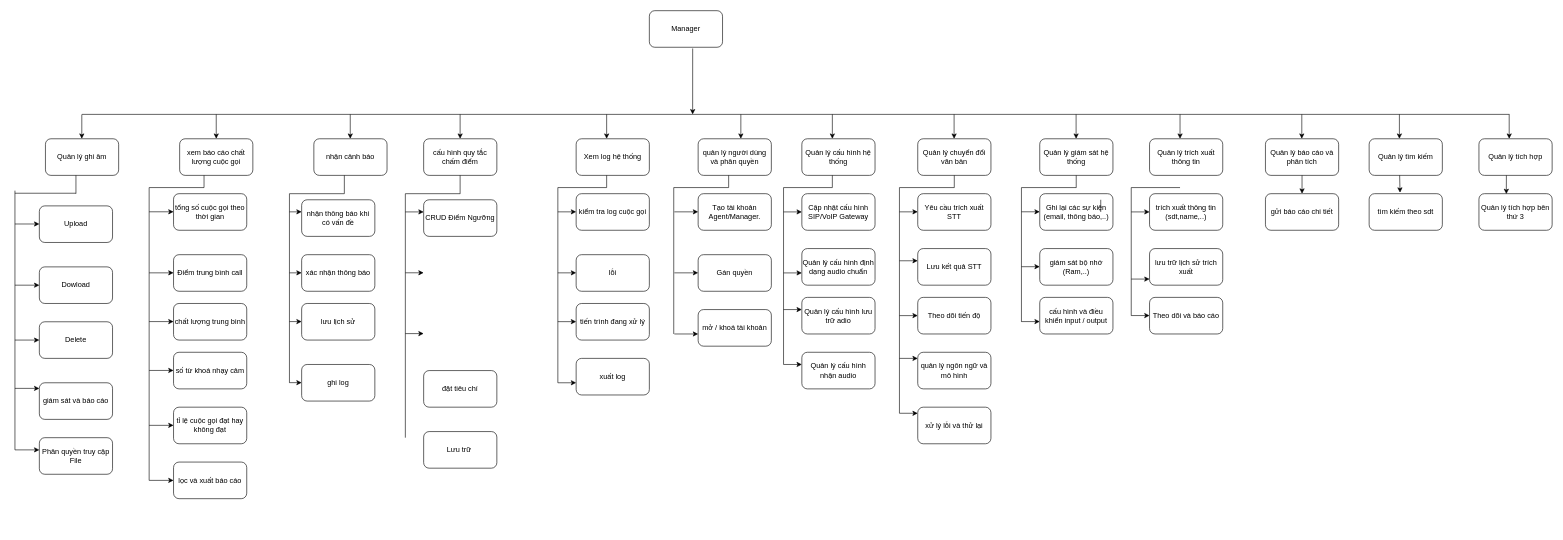
Earlier version of the draw.io diagram dactachucnangcalldesk.drawio (vuongnd03/black-had). Source tidied: cells renumbered, new cells numbered last; positions are measured from the earlier drawing's top-left corner, leaving out a move shared by most shapes. Both pictures are drawn from the tidied source at 61%, with x=0, y=0 at pixel (15, 10).
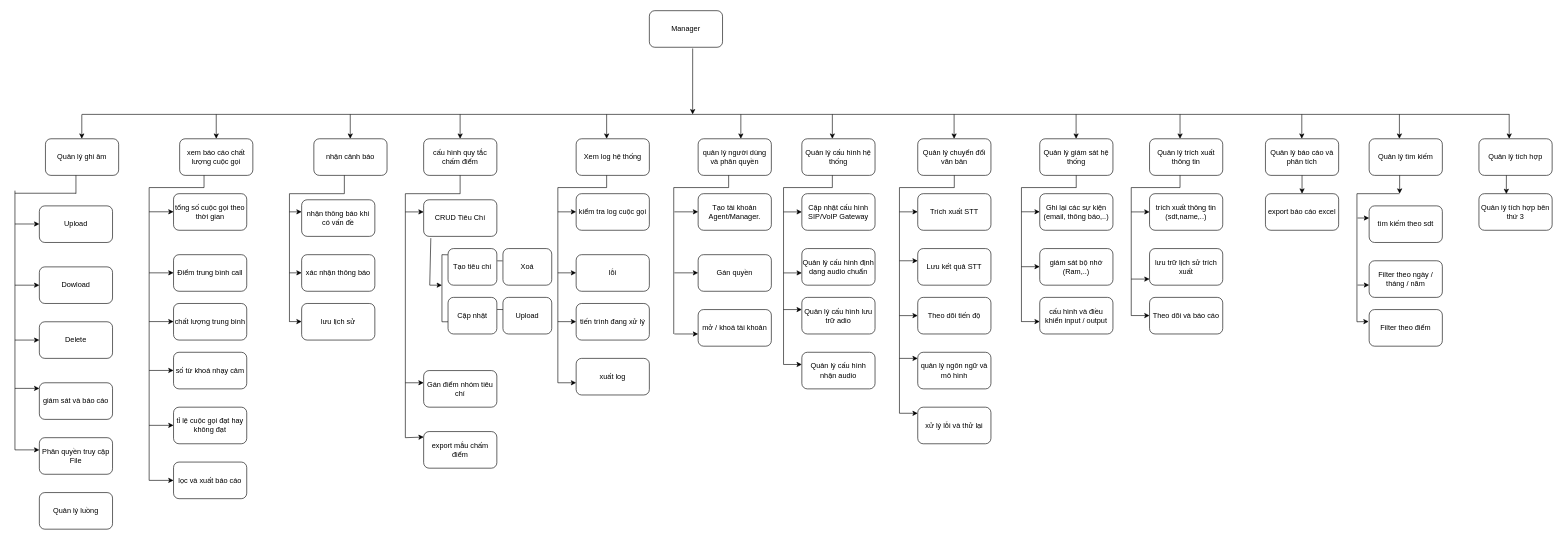
After the change.

The edit, as a diff of the source:
```diff
@@
     <mxCell id="25" style="endArrow=none;html=1;rounded=0;" parent="1" edge="1">
       <mxGeometry relative="1" as="geometry">
-        <mxPoint x="450" y="610" as="sourcePoint" />
+        <mxPoint x="450" y="510" as="sourcePoint" />
         <mxPoint x="450" y="300" as="targetPoint" />
       </mxGeometry>
     </mxCell>
@@
-    <mxCell id="29" value="CRUD Điểm Ngưỡng" style="rounded=1;whiteSpace=wrap;html=1;" parent="1" vertex="1">
+    <mxCell id="29" value="CRUD Tiêu Chí" style="rounded=1;whiteSpace=wrap;html=1;" parent="1" vertex="1">
       <mxGeometry x="670" y="310" width="120" height="60" as="geometry" />
     </mxCell>
-    <mxCell id="30" value="đặt tiêu chí" style="rounded=1;whiteSpace=wrap;html=1;" parent="1" vertex="1">
+    <mxCell id="30" value="Gán điểm nhóm tiêu chí" style="rounded=1;whiteSpace=wrap;html=1;" parent="1" vertex="1">
       <mxGeometry x="670" y="590" width="120" height="60" as="geometry" />
     </mxCell>
@@
-    <mxCell id="36" style="endArrow=classic;html=1;rounded=0;" parent="1" edge="1">
+    <mxCell id="36" style="endArrow=classic;html=1;rounded=0;exitX=0.098;exitY=1.048;exitDx=0;exitDy=0;exitPerimeter=0;" parent="1" edge="1" source="29">
       <mxGeometry relative="1" as="geometry">
-        <mxPoint x="640" y="429.7" as="sourcePoint" />
-        <mxPoint x="670" y="429.7" as="targetPoint" />
+        <mxPoint x="700" y="450" as="targetPoint" />
+        <Array as="points">
+          <mxPoint x="680" y="450" />
+        </Array>
       </mxGeometry>
     </mxCell>
@@
-    <mxCell id="61" value="ghi log" style="rounded=1;whiteSpace=wrap;html=1;" parent="1" vertex="1">
-      <mxGeometry x="470" y="580" width="120" height="60" as="geometry" />
-    </mxCell>
@@
-    <mxCell id="63" style="endArrow=classic;html=1;rounded=0;entryX=0.003;entryY=0.672;entryDx=0;entryDy=0;entryPerimeter=0;" parent="1" edge="1">
-      <mxGeometry relative="1" as="geometry">
-        <mxPoint x="450" y="609.8" as="sourcePoint" />
-        <mxPoint x="470" y="609.8" as="targetPoint" />
-      </mxGeometry>
-    </mxCell>
@@
-    <mxCell id="65" value="Yêu cầu trích xuất STT" style="rounded=1;whiteSpace=wrap;html=1;" parent="1" vertex="1">
+    <mxCell id="65" value="Trích xuất STT" style="rounded=1;whiteSpace=wrap;html=1;" parent="1" vertex="1">
       <mxGeometry x="1480" y="300" width="120" height="60" as="geometry" />
     </mxCell>
@@
-    <mxCell id="70" value="Lưu trữ&amp;nbsp;" style="rounded=1;whiteSpace=wrap;html=1;" parent="1" vertex="1">
+    <mxCell id="70" value="export mẫu chấm điểm" style="rounded=1;whiteSpace=wrap;html=1;" parent="1" vertex="1">
       <mxGeometry x="670" y="690" width="120" height="60" as="geometry" />
     </mxCell>
     <mxCell id="71" style="endArrow=classic;html=1;rounded=0;" parent="1" edge="1">
       <mxGeometry relative="1" as="geometry">
-        <mxPoint x="640" y="529.4" as="sourcePoint" />
-        <mxPoint x="670" y="529.4" as="targetPoint" />
+        <mxPoint x="640" y="610" as="sourcePoint" />
+        <mxPoint x="670" y="610" as="targetPoint" />
       </mxGeometry>
     </mxCell>
@@
-    <mxCell id="112" value="gửi báo cáo chi tiết" style="rounded=1;whiteSpace=wrap;html=1;" parent="1" vertex="1">
+    <mxCell id="112" value="export báo cáo excel" style="rounded=1;whiteSpace=wrap;html=1;" parent="1" vertex="1">
       <mxGeometry x="2050" y="300" width="120" height="60" as="geometry" />
     </mxCell>
@@
     <mxCell id="115" value="tìm kiếm theo sdt" style="rounded=1;whiteSpace=wrap;html=1;" parent="1" vertex="1">
-      <mxGeometry x="2220" y="300" width="120" height="60" as="geometry" />
+      <mxGeometry x="2220" y="320" width="120" height="60" as="geometry" />
     </mxCell>
@@
-    <mxCell id="121" style="endArrow=classic;html=1;rounded=0;entryX=0.422;entryY=-0.028;entryDx=0;entryDy=0;entryPerimeter=0;" parent="1" edge="1" target="115">
+    <mxCell id="121" style="endArrow=classic;html=1;rounded=0;" parent="1" edge="1">
       <mxGeometry relative="1" as="geometry">
         <mxPoint x="2270" y="270" as="sourcePoint" />
+        <mxPoint x="2270" y="300" as="targetPoint" />
       </mxGeometry>
     </mxCell>
@@
-    <mxCell id="142" style="endArrow=none;html=1;rounded=0;" parent="1" edge="1">
-      <mxGeometry relative="1" as="geometry">
-        <mxPoint x="1780" y="330" as="sourcePoint" />
-        <mxPoint x="1780" y="310" as="targetPoint" />
-      </mxGeometry>
-    </mxCell>
@@
+    <mxCell id="147" value="Tạo tiêu chí" style="rounded=1;whiteSpace=wrap;html=1;" parent="1" vertex="1">
+      <mxGeometry x="710" y="390" width="80" height="60" as="geometry" />
+    </mxCell>
+    <mxCell id="148" value="Cập nhật" style="rounded=1;whiteSpace=wrap;html=1;" parent="1" vertex="1">
+      <mxGeometry x="710" y="470" width="80" height="60" as="geometry" />
+    </mxCell>
+    <mxCell id="149" value="Xoá" style="rounded=1;whiteSpace=wrap;html=1;" parent="1" vertex="1">
+      <mxGeometry x="800" y="390" width="80" height="60" as="geometry" />
+    </mxCell>
+    <mxCell id="150" value="Upload" style="rounded=1;whiteSpace=wrap;html=1;" parent="1" vertex="1">
+      <mxGeometry x="800" y="470" width="80" height="60" as="geometry" />
+    </mxCell>
+    <mxCell id="151" style="endArrow=none;html=1;rounded=0;" parent="1" edge="1">
+      <mxGeometry relative="1" as="geometry">
+        <mxPoint x="700" y="510" as="sourcePoint" />
+        <mxPoint x="700" y="400" as="targetPoint" />
+      </mxGeometry>
+    </mxCell>
+    <mxCell id="152" style="endArrow=none;html=1;rounded=0;entryX=-0.005;entryY=0.17;entryDx=0;entryDy=0;entryPerimeter=0;" parent="1" edge="1" target="147">
+      <mxGeometry relative="1" as="geometry">
+        <mxPoint x="700" y="400" as="sourcePoint" />
+      </mxGeometry>
+    </mxCell>
+    <mxCell id="153" style="endArrow=none;html=1;rounded=0;entryX=-0.001;entryY=0.667;entryDx=0;entryDy=0;entryPerimeter=0;" parent="1" edge="1" target="148">
+      <mxGeometry relative="1" as="geometry">
+        <mxPoint x="700" y="510" as="sourcePoint" />
+      </mxGeometry>
+    </mxCell>
+    <mxCell id="154" style="endArrow=none;html=1;rounded=0;entryX=-0.008;entryY=0.336;entryDx=0;entryDy=0;entryPerimeter=0;exitX=1.008;exitY=0.335;exitDx=0;exitDy=0;exitPerimeter=0;" parent="1" edge="1" source="147" target="149">
+      <mxGeometry relative="1" as="geometry" />
+    </mxCell>
+    <mxCell id="155" style="endArrow=none;html=1;rounded=0;entryX=-0.008;entryY=0.336;entryDx=0;entryDy=0;entryPerimeter=0;exitX=1.005;exitY=0.33;exitDx=0;exitDy=0;exitPerimeter=0;" parent="1" edge="1" source="148">
+      <mxGeometry relative="1" as="geometry">
+        <mxPoint x="800" y="490" as="targetPoint" />
+      </mxGeometry>
+    </mxCell>
+    <mxCell id="156" style="endArrow=classic;html=1;rounded=0;entryX=0.001;entryY=0.15;entryDx=0;entryDy=0;entryPerimeter=0;" parent="1" edge="1" target="70">
+      <mxGeometry relative="1" as="geometry">
+        <mxPoint x="640" y="700" as="sourcePoint" />
+      </mxGeometry>
+    </mxCell>
+    <mxCell id="157" style="endArrow=none;html=1;rounded=0;" parent="1" edge="1">
+      <mxGeometry relative="1" as="geometry">
+        <mxPoint x="1910" y="290" as="sourcePoint" />
+        <mxPoint x="1910" y="270" as="targetPoint" />
+      </mxGeometry>
+    </mxCell>
+    <mxCell id="158" value="Filter theo ngày / tháng / năm" style="rounded=1;whiteSpace=wrap;html=1;" parent="1" vertex="1">
+      <mxGeometry x="2220" y="410" width="120" height="60" as="geometry" />
+    </mxCell>
+    <mxCell id="159" value="Filter theo điểm" style="rounded=1;whiteSpace=wrap;html=1;" parent="1" vertex="1">
+      <mxGeometry x="2220" y="490" width="120" height="60" as="geometry" />
+    </mxCell>
+    <mxCell id="160" style="endArrow=none;html=1;rounded=0;" parent="1" edge="1">
+      <mxGeometry relative="1" as="geometry">
+        <mxPoint x="2200" y="510" as="sourcePoint" />
+        <mxPoint x="2200" y="300" as="targetPoint" />
+      </mxGeometry>
+    </mxCell>
+    <mxCell id="161" style="endArrow=none;html=1;rounded=0;" parent="1" edge="1">
+      <mxGeometry relative="1" as="geometry">
+        <mxPoint x="2200" y="300" as="sourcePoint" />
+        <mxPoint x="2270" y="300" as="targetPoint" />
+      </mxGeometry>
+    </mxCell>
+    <mxCell id="162" style="endArrow=classic;html=1;rounded=0;entryX=-0.007;entryY=0.327;entryDx=0;entryDy=0;entryPerimeter=0;" parent="1" edge="1" target="159">
+      <mxGeometry relative="1" as="geometry">
+        <mxPoint x="2200" y="510" as="sourcePoint" />
+      </mxGeometry>
+    </mxCell>
+    <mxCell id="163" style="endArrow=classic;html=1;rounded=0;entryX=-0.007;entryY=0.327;entryDx=0;entryDy=0;entryPerimeter=0;" parent="1" edge="1">
+      <mxGeometry relative="1" as="geometry">
+        <mxPoint x="2201" y="449.8" as="sourcePoint" />
+        <mxPoint x="2220" y="449.8" as="targetPoint" />
+      </mxGeometry>
+    </mxCell>
+    <mxCell id="164" style="endArrow=classic;html=1;rounded=0;entryX=-0.007;entryY=0.327;entryDx=0;entryDy=0;entryPerimeter=0;" parent="1" edge="1">
+      <mxGeometry relative="1" as="geometry">
+        <mxPoint x="2201" y="339.9" as="sourcePoint" />
+        <mxPoint x="2220" y="339.9" as="targetPoint" />
+      </mxGeometry>
+    </mxCell>
+    <mxCell id="165" value="Quản lý luồng" style="rounded=1;whiteSpace=wrap;html=1;" parent="1" vertex="1">
+      <mxGeometry x="40" y="790" width="120" height="60" as="geometry" />
+    </mxCell>
```
